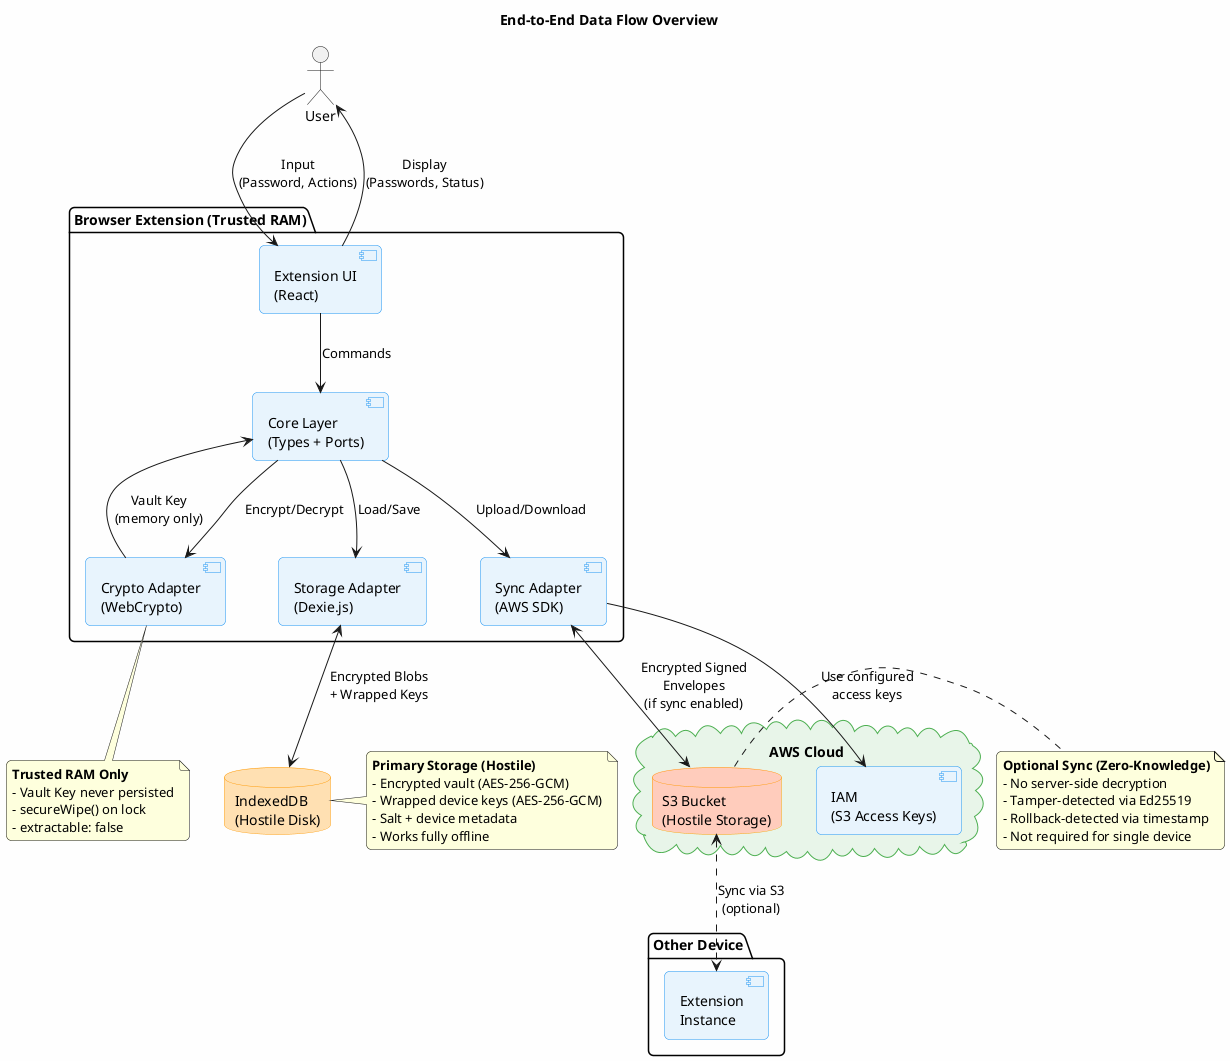
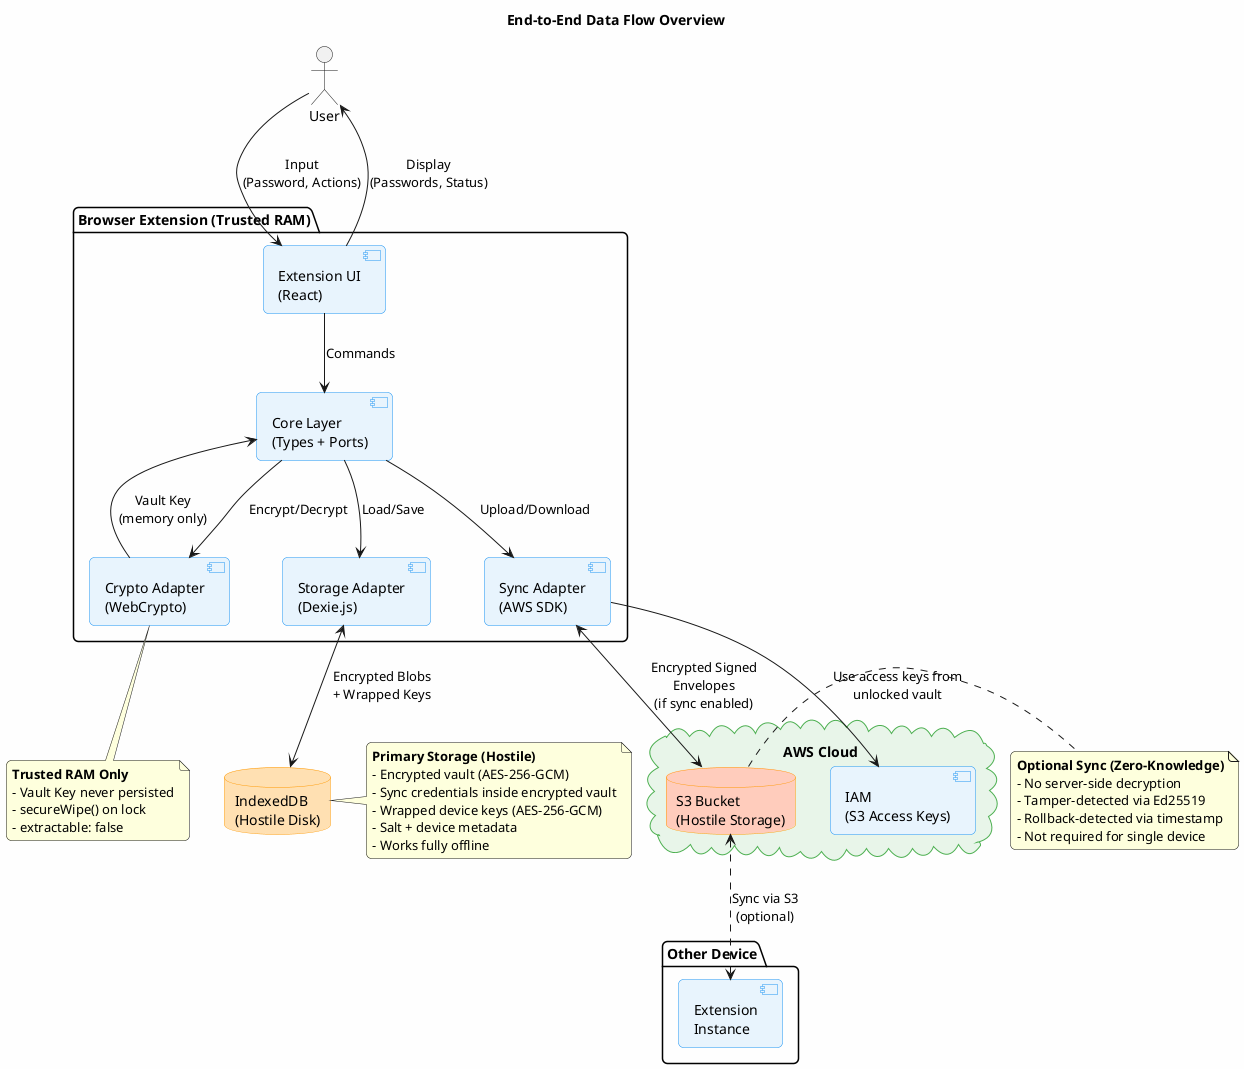
@startuml 00-architecture-overview
title End-to-End Data Flow Overview

skinparam backgroundColor #FEFEFE
skinparam roundcorner 10
skinparam shadowing false

skinparam component {
    BackgroundColor #E8F4FD
    BorderColor #2196F3
}

skinparam database {
    BackgroundColor #FFF3E0
    BorderColor #FF9800
}

skinparam cloud {
    BackgroundColor #E8F5E9
    BorderColor #4CAF50
}

' Actors
actor "User" as user

' Local Components
package "Browser Extension (Trusted RAM)" {
    component "Extension UI\n(React)" as ui
    component "Core Layer\n(Types + Ports)" as core
    component "Crypto Adapter\n(WebCrypto)" as crypto
    component "Storage Adapter\n(Dexie.js)" as storage
    component "Sync Adapter\n(AWS SDK)" as sync
}

' Local Storage (Hostile)
database "IndexedDB\n(Hostile Disk)" as idb #FFE0B2

' Remote Storage (Hostile)
cloud "AWS Cloud" {
    database "S3 Bucket\n(Hostile Storage)" as s3 #FFCCBC
    component "IAM\n(S3 Access Keys)" as iam
}

' Other Device
package "Other Device" as other {
    component "Extension\nInstance" as otherExt
}

' User interactions
user --> ui : Input\n(Password, Actions)
ui --> user : Display\n(Passwords, Status)

' Internal flow
ui --> core : Commands
core --> crypto : Encrypt/Decrypt
core --> storage : Load/Save
core --> sync : Upload/Download

' Crypto operations
crypto --> core : Vault Key\n(memory only)

' Storage flow
storage <--> idb : Encrypted Blobs\n+ Wrapped Keys

' Sync flow (optional)
- sync --> iam : Use configured\naccess keys
+ sync --> iam : Use access keys from\nunlocked vault
sync <--> s3 : Encrypted Signed\nEnvelopes\n(if sync enabled)

' Cross-device sync (optional)
s3 <..> otherExt : Sync via S3\n(optional)

' Security boundaries
note right of idb
    **Primary Storage (Hostile)**
    - Encrypted vault (AES-256-GCM)
+     - Sync credentials inside encrypted vault
    - Wrapped device keys (AES-256-GCM)
    - Salt + device metadata
    - Works fully offline
end note

note right of s3
    **Optional Sync (Zero-Knowledge)**
    - No server-side decryption
    - Tamper-detected via Ed25519
    - Rollback-detected via timestamp
    - Not required for single device
end note

note bottom of crypto
    **Trusted RAM Only**
    - Vault Key never persisted
    - secureWipe() on lock
    - extractable: false
end note

@enduml
